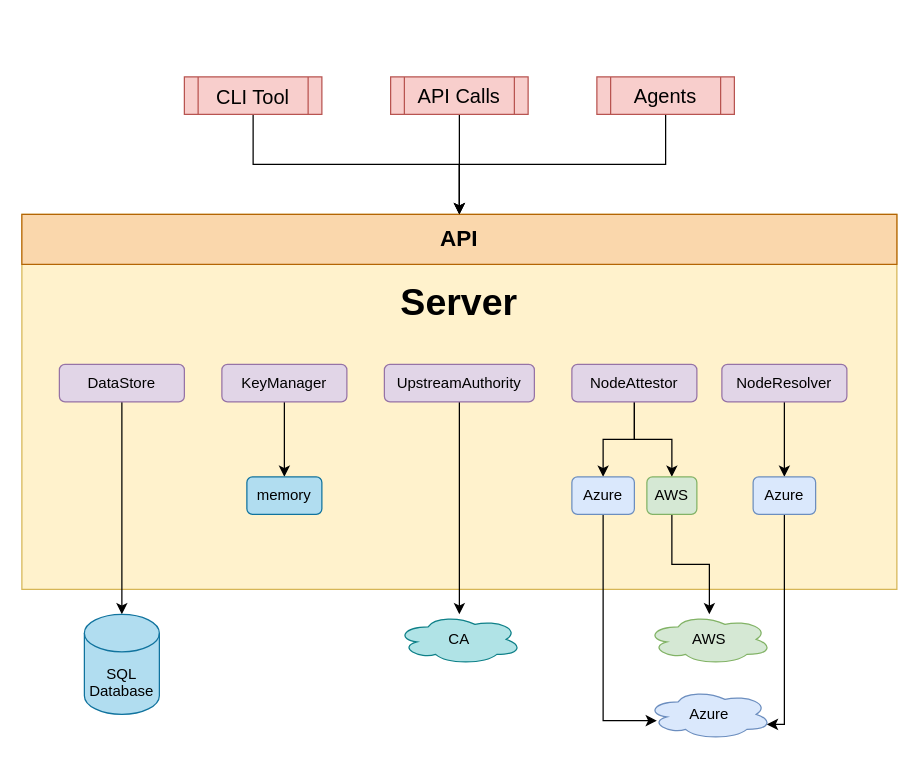
Above: diagrams/server.drawio in spiffe/spiffe.io (draw.io), before the change. Source tidied: cells renumbered, new cells numbered last; positions are measured from the earlier drawing's top-left corner, leaving out a move shared by most shapes. Both pictures are drawn from the tidied source at 125%, with x=0, y=0 at pixel (21, 76).
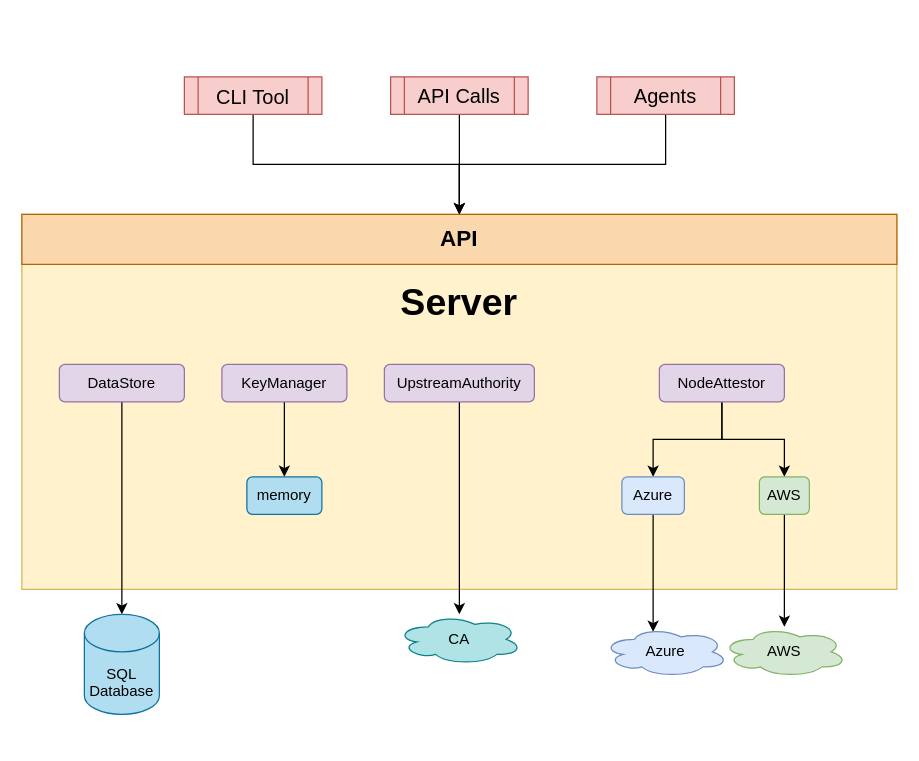
Above is the later version.

Commit message (it also covers changes not shown here):
#261 Remove NodeResolver links from docs.

What changed in the source:
```diff
@@
     <mxCell id="11" value="NodeAttestor" style="rounded=1;whiteSpace=wrap;html=1;fillColor=#e1d5e7;strokeColor=#9673a6;" parent="1" vertex="1">
-      <mxGeometry x="440" y="230" width="100" height="30" as="geometry" />
+      <mxGeometry x="510" y="230" width="100" height="30" as="geometry" />
     </mxCell>
-    <mxCell id="12" style="edgeStyle=orthogonalEdgeStyle;rounded=0;jettySize=auto;html=1;exitX=0.5;exitY=1;exitDx=0;exitDy=0;entryX=0.5;entryY=0;entryDx=0;entryDy=0;" parent="1" edge="1" source="13" target="19">
-      <mxGeometry relative="1" as="geometry" />
-    </mxCell>
-    <mxCell id="13" value="NodeResolver" style="rounded=1;whiteSpace=wrap;html=1;fillColor=#e1d5e7;strokeColor=#9673a6;" parent="1" vertex="1">
-      <mxGeometry x="560" y="230" width="100" height="30" as="geometry" />
-    </mxCell>
@@
     <mxCell id="15" value="AWS" style="rounded=1;whiteSpace=wrap;html=1;fillColor=#d5e8d4;strokeColor=#82b366;" parent="1" vertex="1">
-      <mxGeometry x="500" y="320" width="40" height="30" as="geometry" />
+      <mxGeometry x="590" y="320" width="40" height="30" as="geometry" />
     </mxCell>
-    <mxCell id="16" style="edgeStyle=orthogonalEdgeStyle;rounded=0;jettySize=auto;html=1;exitX=0.5;exitY=1;exitDx=0;exitDy=0;entryX=0.08;entryY=0.625;entryDx=0;entryDy=0;entryPerimeter=0;" parent="1" edge="1" source="17" target="22">
-      <mxGeometry relative="1" as="geometry">
-        <Array as="points">
-          <mxPoint x="465" y="515" />
-        </Array>
-      </mxGeometry>
+    <mxCell id="16" style="edgeStyle=orthogonalEdgeStyle;rounded=0;jettySize=auto;html=1;exitX=0.5;exitY=1;exitDx=0;exitDy=0;entryX=0.4;entryY=0.1;entryDx=0;entryDy=0;entryPerimeter=0;" parent="1" edge="1" source="17" target="22">
+      <mxGeometry relative="1" as="geometry" />
     </mxCell>
     <mxCell id="17" value="Azure" style="rounded=1;whiteSpace=wrap;html=1;fillColor=#dae8fc;strokeColor=#6c8ebf;" parent="1" vertex="1">
-      <mxGeometry x="440" y="320" width="50" height="30" as="geometry" />
+      <mxGeometry x="480" y="320" width="50" height="30" as="geometry" />
     </mxCell>
-    <mxCell id="18" style="edgeStyle=orthogonalEdgeStyle;rounded=0;jettySize=auto;html=1;fontSize=16;entryX=0.96;entryY=0.7;entryDx=0;entryDy=0;entryPerimeter=0;" parent="1" edge="1" source="19" target="22">
-      <mxGeometry relative="1" as="geometry">
-        <Array as="points">
-          <mxPoint x="610" y="518" />
-        </Array>
-      </mxGeometry>
-    </mxCell>
-    <mxCell id="19" value="Azure" style="rounded=1;whiteSpace=wrap;html=1;fillColor=#dae8fc;strokeColor=#6c8ebf;" parent="1" vertex="1">
-      <mxGeometry x="585" y="320" width="50" height="30" as="geometry" />
-    </mxCell>
@@
     <mxCell id="21" value="AWS" style="ellipse;shape=cloud;whiteSpace=wrap;html=1;sketch=0;fillColor=#d5e8d4;strokeColor=#82b366;" parent="1" vertex="1">
-      <mxGeometry x="500" y="430" width="100" height="40" as="geometry" />
+      <mxGeometry x="560" y="440" width="100" height="40" as="geometry" />
     </mxCell>
     <mxCell id="22" value="Azure" style="ellipse;shape=cloud;whiteSpace=wrap;html=1;sketch=0;fillColor=#dae8fc;strokeColor=#6c8ebf;" parent="1" vertex="1">
-      <mxGeometry x="500" y="490" width="100" height="40" as="geometry" />
+      <mxGeometry x="465" y="440" width="100" height="40" as="geometry" />
     </mxCell>
```
